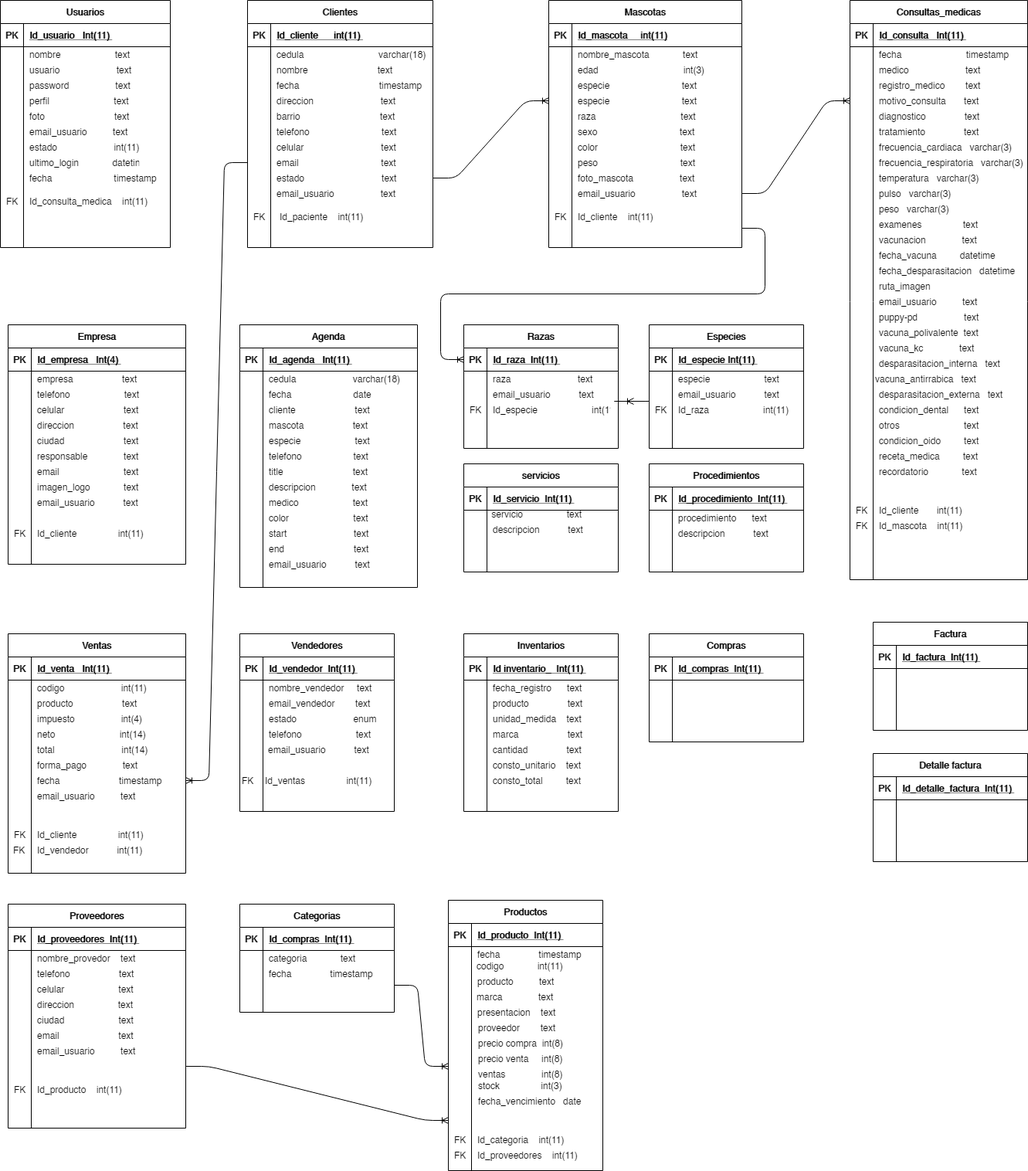
The draw.io diagram Untitled Diagram.png in heberthm/ejemplos-blog, before a commit. Source tidied: cells renumbered, new cells last; positions are measured from the earlier drawing's top-left corner, leaving out a move shared by most shapes.
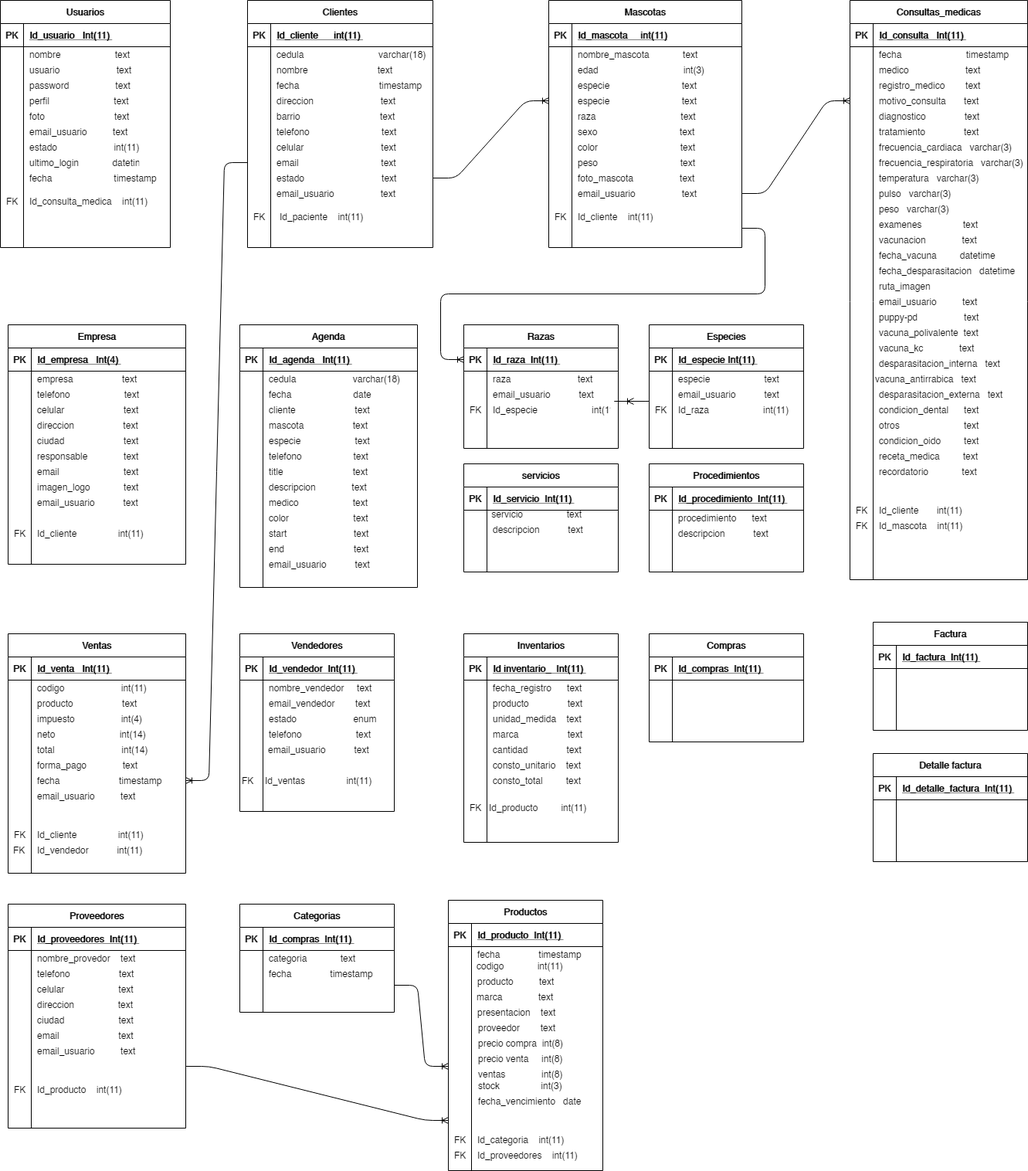
The same file after the commit.

The edit, as a diff of the source:
```diff
@@ -1019,7 +1019,7 @@
       <mxGeometry x="30" width="170" height="30" as="geometry" />
     </mxCell>
     <mxCell id="339" value="Inventarios" style="shape=table;startSize=30;rowLines=0;fontStyle=1;align=center;" parent="1" vertex="1">
-      <mxGeometry x="600" y="820" width="200" height="230" as="geometry" />
+      <mxGeometry x="600" y="820" width="200" height="270" as="geometry" />
     </mxCell>
     <mxCell id="340" style="shape=partialRectangle;fillColor=none;top=0;left=0;bottom=1;right=0;" parent="339" vertex="1">
       <mxGeometry y="30" width="200" height="30" as="geometry" />
@@ -1128,5 +1128,11 @@
     <mxCell id="373" value="consto_total         text" style="shape=partialRectangle;fillColor=none;top=0;left=0;bottom=0;right=0;align=left;spacingLeft=6;overflow=hidden;" parent="1" vertex="1">
       <mxGeometry x="630" y="1000" width="170" height="20" as="geometry" />
     </mxCell>
+    <mxCell id="374" value="Id_producto         int(11)" style="shape=partialRectangle;fillColor=none;top=0;left=0;bottom=0;right=0;align=left;spacingLeft=6;overflow=hidden;" parent="1" vertex="1">
+      <mxGeometry x="625" y="1035" width="170" height="20" as="geometry" />
+    </mxCell>
+    <mxCell id="375" value="FK" style="shape=partialRectangle;fillColor=none;top=0;left=0;bottom=0;right=0;align=left;spacingLeft=6;overflow=hidden;" parent="1" vertex="1">
+      <mxGeometry x="600" y="1035" width="40" height="20" as="geometry" />
+    </mxCell>
   </root>
 </mxGraphModel>
```
